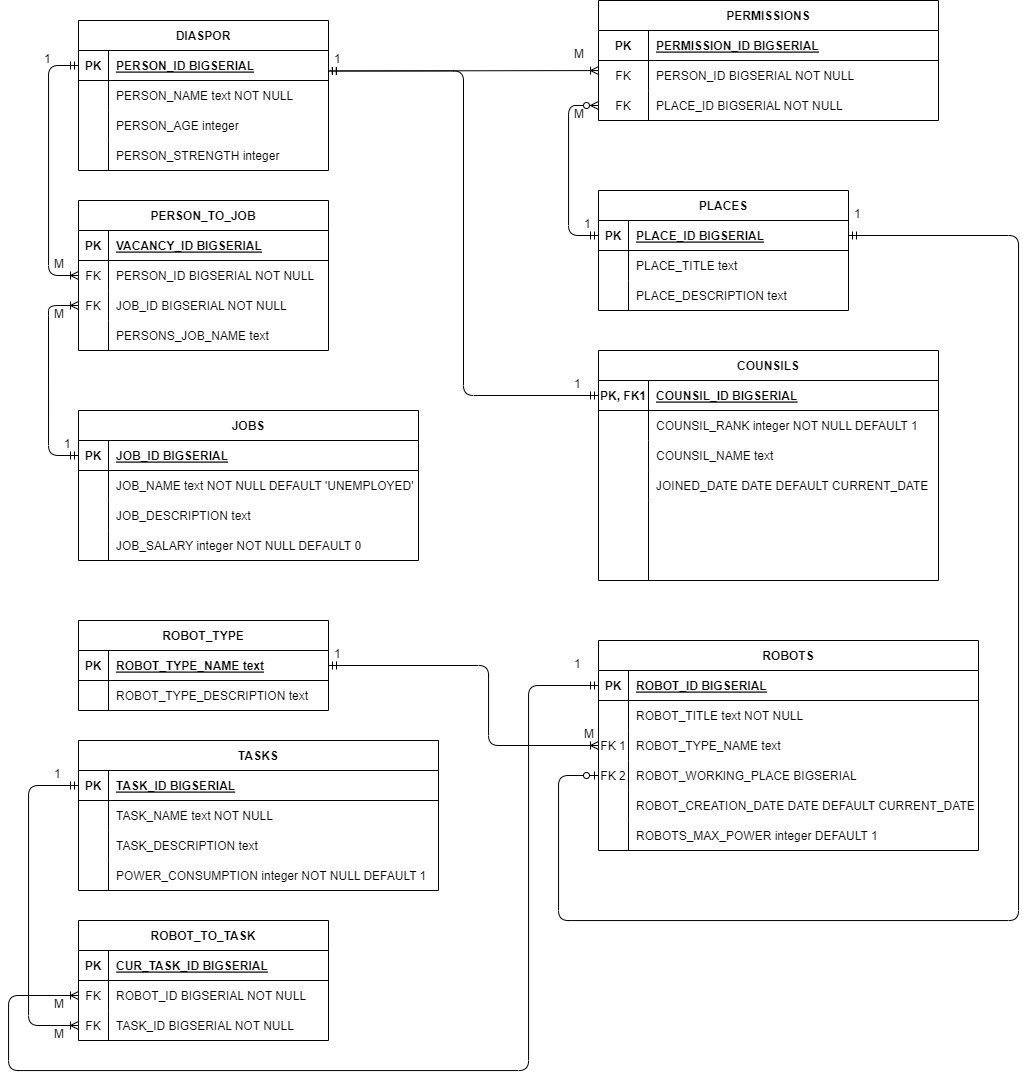
haaroner/ITMO_Clown keeps this draw.io diagram as DB/labs/lab1/datalog.drawio.png. Above is the earlier version. Source tidied: cells renumbered, new cells last; positions are measured from the earlier drawing's top-left corner, leaving out a move shared by most shapes.
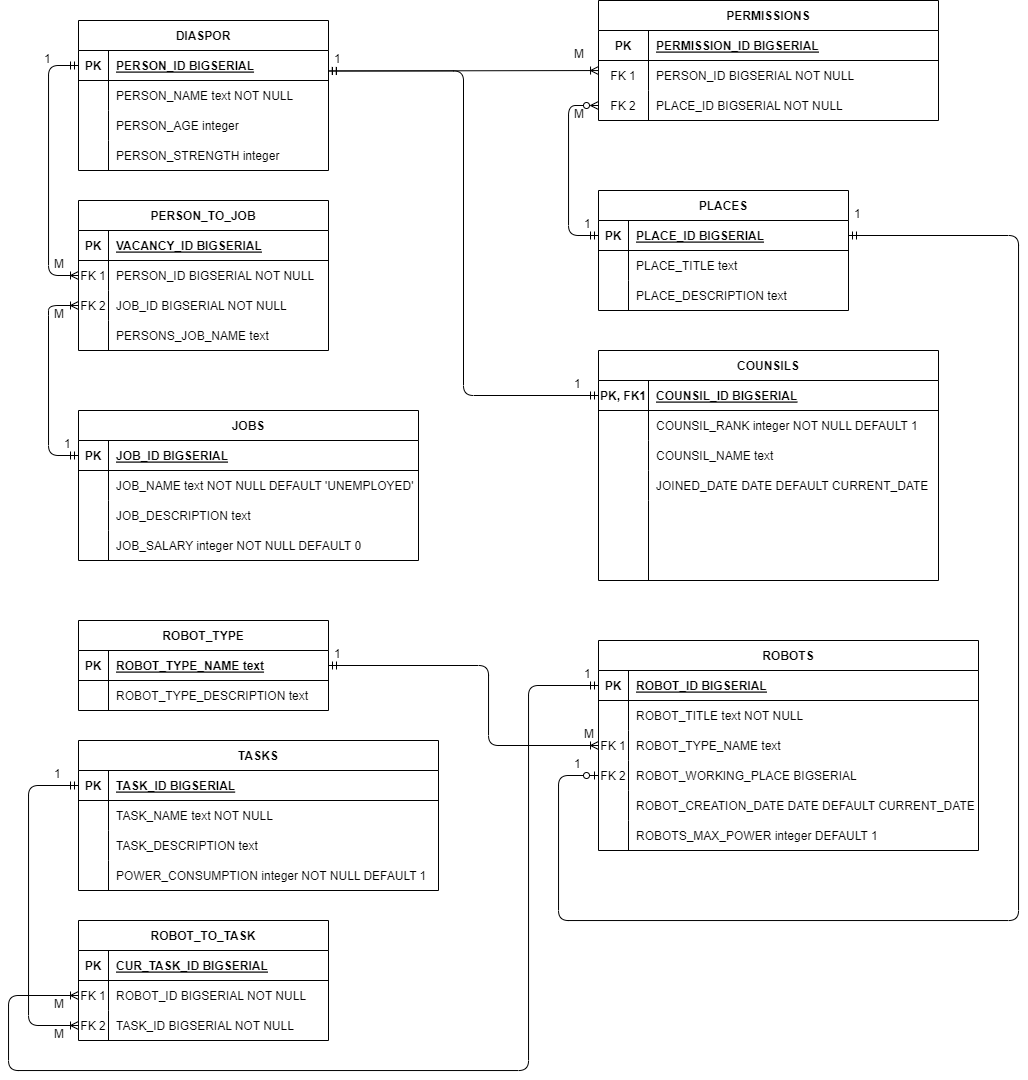
The same file after the commit.

The edit, as a diff of the source:
```diff
@@ -17,7 +17,7 @@
     <mxCell id="6" style="shape=partialRectangle;fillColor=none;points=[[0,0.5],[1,0.5]];portConstraint=eastwest;top=0;left=0;right=0;bottom=0;" parent="2" vertex="1">
       <mxGeometry y="60" width="250" height="30" as="geometry" />
     </mxCell>
-    <mxCell id="7" value="FK" style="shape=partialRectangle;overflow=hidden;fillColor=none;top=0;left=0;bottom=0;right=0;" parent="6" vertex="1">
+    <mxCell id="7" value="FK 1" style="shape=partialRectangle;overflow=hidden;fillColor=none;top=0;left=0;bottom=0;right=0;" parent="6" vertex="1">
       <mxGeometry width="30" height="30" as="geometry" />
     </mxCell>
     <mxCell id="8" value="PERSON_ID BIGSERIAL NOT NULL" style="shape=partialRectangle;overflow=hidden;fillColor=none;top=0;left=0;bottom=0;right=0;align=left;spacingLeft=6;" parent="6" vertex="1">
@@ -26,7 +26,7 @@
     <mxCell id="9" style="shape=partialRectangle;fillColor=none;points=[[0,0.5],[1,0.5]];portConstraint=eastwest;top=0;left=0;right=0;bottom=0;" parent="2" vertex="1">
       <mxGeometry y="90" width="250" height="30" as="geometry" />
     </mxCell>
-    <mxCell id="10" value="FK" style="shape=partialRectangle;overflow=hidden;fillColor=none;top=0;left=0;bottom=0;right=0;" parent="9" vertex="1">
+    <mxCell id="10" value="FK 2" style="shape=partialRectangle;overflow=hidden;fillColor=none;top=0;left=0;bottom=0;right=0;" parent="9" vertex="1">
       <mxGeometry width="30" height="30" as="geometry" />
     </mxCell>
     <mxCell id="11" value="JOB_ID BIGSERIAL NOT NULL" style="shape=partialRectangle;overflow=hidden;fillColor=none;top=0;left=0;bottom=0;right=0;align=left;spacingLeft=6;" parent="9" vertex="1">
@@ -173,7 +173,7 @@
     <mxCell id="58" style="shape=partialRectangle;fillColor=none;top=0;left=0;right=0;bottom=0;" parent="54" vertex="1">
       <mxGeometry y="60" width="340" height="30" as="geometry" />
     </mxCell>
-    <mxCell id="59" value="FK" style="shape=partialRectangle;overflow=hidden;fillColor=none;top=0;left=0;bottom=0;right=0;" parent="58" vertex="1">
+    <mxCell id="59" value="FK 1" style="shape=partialRectangle;overflow=hidden;fillColor=none;top=0;left=0;bottom=0;right=0;" parent="58" vertex="1">
       <mxGeometry width="50" height="30" as="geometry" />
     </mxCell>
     <mxCell id="60" value="PERSON_ID BIGSERIAL NOT NULL" style="shape=partialRectangle;overflow=hidden;fillColor=none;top=0;left=0;bottom=0;right=0;align=left;spacingLeft=6;" parent="58" vertex="1">
@@ -182,7 +182,7 @@
     <mxCell id="61" style="shape=tableRow;horizontal=0;startSize=0;swimlaneHead=0;swimlaneBody=0;fillColor=none;points=[[0,0.5],[1,0.5]];portConstraint=eastwest;top=0;left=0;right=0;bottom=0;" parent="54" vertex="1">
       <mxGeometry y="90" width="340" height="30" as="geometry" />
     </mxCell>
-    <mxCell id="62" value="FK" style="shape=partialRectangle;fillColor=none;top=0;left=0;bottom=0;right=0;fontStyle=0;overflow=hidden;" parent="61" vertex="1">
+    <mxCell id="62" value="FK 2" style="shape=partialRectangle;fillColor=none;top=0;left=0;bottom=0;right=0;fontStyle=0;overflow=hidden;" parent="61" vertex="1">
       <mxGeometry width="50" height="30" as="geometry" />
     </mxCell>
     <mxCell id="63" value="PLACE_ID BIGSERIAL NOT NULL" style="shape=partialRectangle;fillColor=none;top=0;left=0;bottom=0;right=0;align=left;spacingLeft=6;fontStyle=0;overflow=hidden;" parent="61" vertex="1">
@@ -398,7 +398,7 @@
     <mxCell id="125" style="shape=partialRectangle;fillColor=none;points=[[0,0.5],[1,0.5]];portConstraint=eastwest;top=0;left=0;right=0;bottom=0;" parent="121" vertex="1">
       <mxGeometry y="60" width="250" height="30" as="geometry" />
     </mxCell>
-    <mxCell id="126" value="FK" style="shape=partialRectangle;overflow=hidden;fillColor=none;top=0;left=0;bottom=0;right=0;" parent="125" vertex="1">
+    <mxCell id="126" value="FK 1" style="shape=partialRectangle;overflow=hidden;fillColor=none;top=0;left=0;bottom=0;right=0;" parent="125" vertex="1">
       <mxGeometry width="30" height="30" as="geometry" />
     </mxCell>
     <mxCell id="127" value="ROBOT_ID BIGSERIAL NOT NULL" style="shape=partialRectangle;overflow=hidden;fillColor=none;top=0;left=0;bottom=0;right=0;align=left;spacingLeft=6;" parent="125" vertex="1">
@@ -407,7 +407,7 @@
     <mxCell id="128" style="shape=partialRectangle;fillColor=none;points=[[0,0.5],[1,0.5]];portConstraint=eastwest;top=0;left=0;right=0;bottom=0;" parent="121" vertex="1">
       <mxGeometry y="90" width="250" height="30" as="geometry" />
     </mxCell>
-    <mxCell id="129" value="FK" style="shape=partialRectangle;overflow=hidden;fillColor=none;top=0;left=0;bottom=0;right=0;" parent="128" vertex="1">
+    <mxCell id="129" value="FK 2" style="shape=partialRectangle;overflow=hidden;fillColor=none;top=0;left=0;bottom=0;right=0;" parent="128" vertex="1">
       <mxGeometry width="30" height="30" as="geometry" />
     </mxCell>
     <mxCell id="130" value="TASK_ID BIGSERIAL NOT NULL" style="shape=partialRectangle;overflow=hidden;fillColor=none;top=0;left=0;bottom=0;right=0;align=left;spacingLeft=6;" parent="128" vertex="1">
@@ -465,7 +465,7 @@
       <mxGeometry x="560" y="370" width="40" height="30" as="geometry" />
     </mxCell>
     <mxCell id="140" value="1" style="text;strokeColor=none;fillColor=none;spacingLeft=4;spacingRight=4;overflow=hidden;fontSize=12;" parent="1" vertex="1">
-      <mxGeometry x="560" y="650" width="40" height="30" as="geometry" />
+      <mxGeometry x="570" y="660" width="40" height="30" as="geometry" />
     </mxCell>
     <mxCell id="141" value="1" style="text;strokeColor=none;fillColor=none;spacingLeft=4;spacingRight=4;overflow=hidden;fontSize=12;" parent="1" vertex="1">
       <mxGeometry x="320" y="640" width="40" height="30" as="geometry" />
@@ -504,5 +504,8 @@
     <mxCell id="151" value="М" style="text;strokeColor=none;fillColor=none;spacingLeft=4;spacingRight=4;overflow=hidden;fontSize=12;" parent="1" vertex="1">
       <mxGeometry x="560" y="40" width="40" height="30" as="geometry" />
     </mxCell>
+    <mxCell id="152" value="1" style="text;strokeColor=none;fillColor=none;spacingLeft=4;spacingRight=4;overflow=hidden;fontSize=12;" parent="1" vertex="1">
+      <mxGeometry x="560" y="750" width="40" height="30" as="geometry" />
+    </mxCell>
   </root>
 </mxGraphModel>
```
